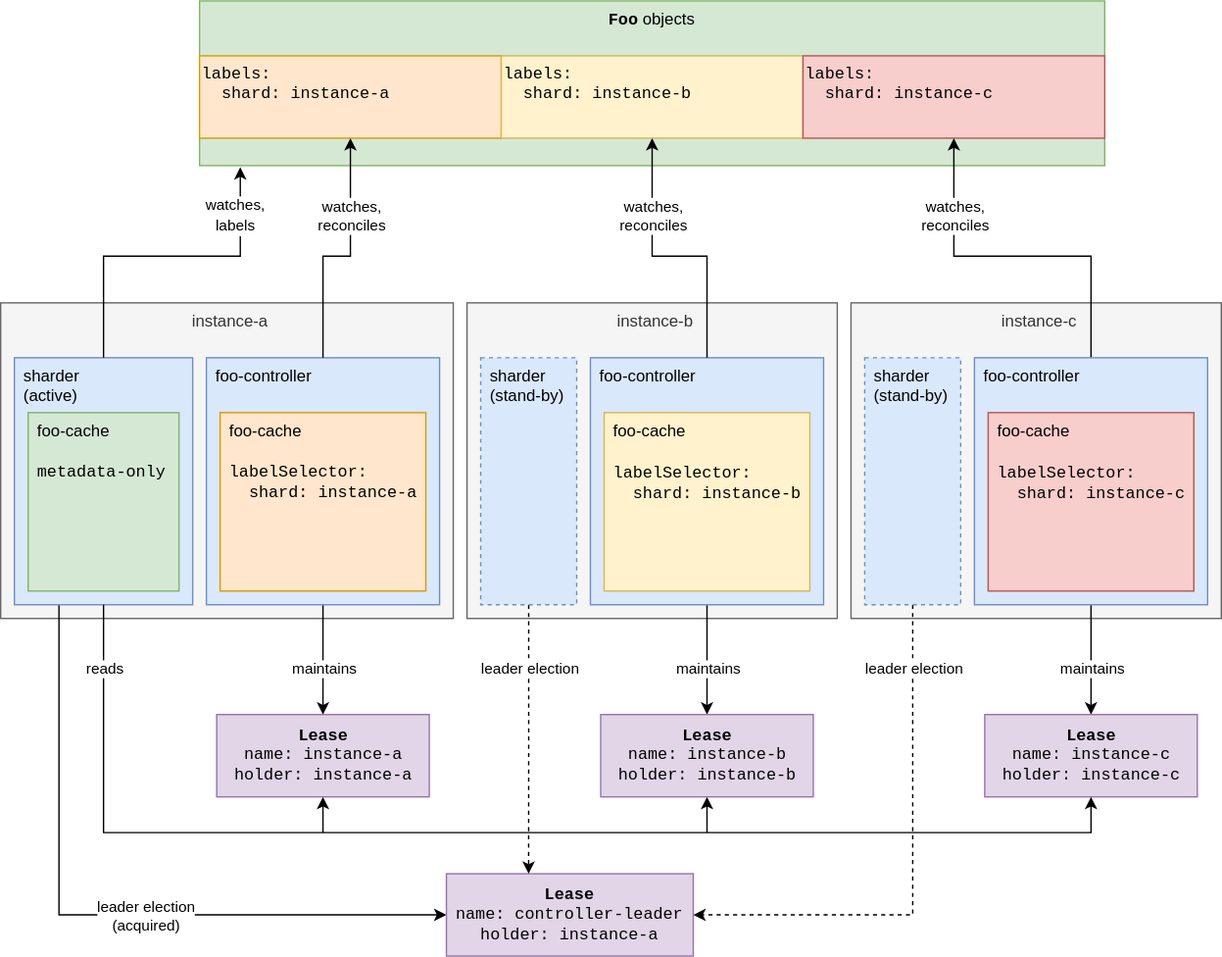
timebertt/kubernetes-controller-sharding keeps this draw.io diagram as assets/architecture.svg. Above is the earlier version. Source tidied: cells renumbered, new cells last; positions are measured from the earlier drawing's top-left corner, leaving out a move shared by most shapes.
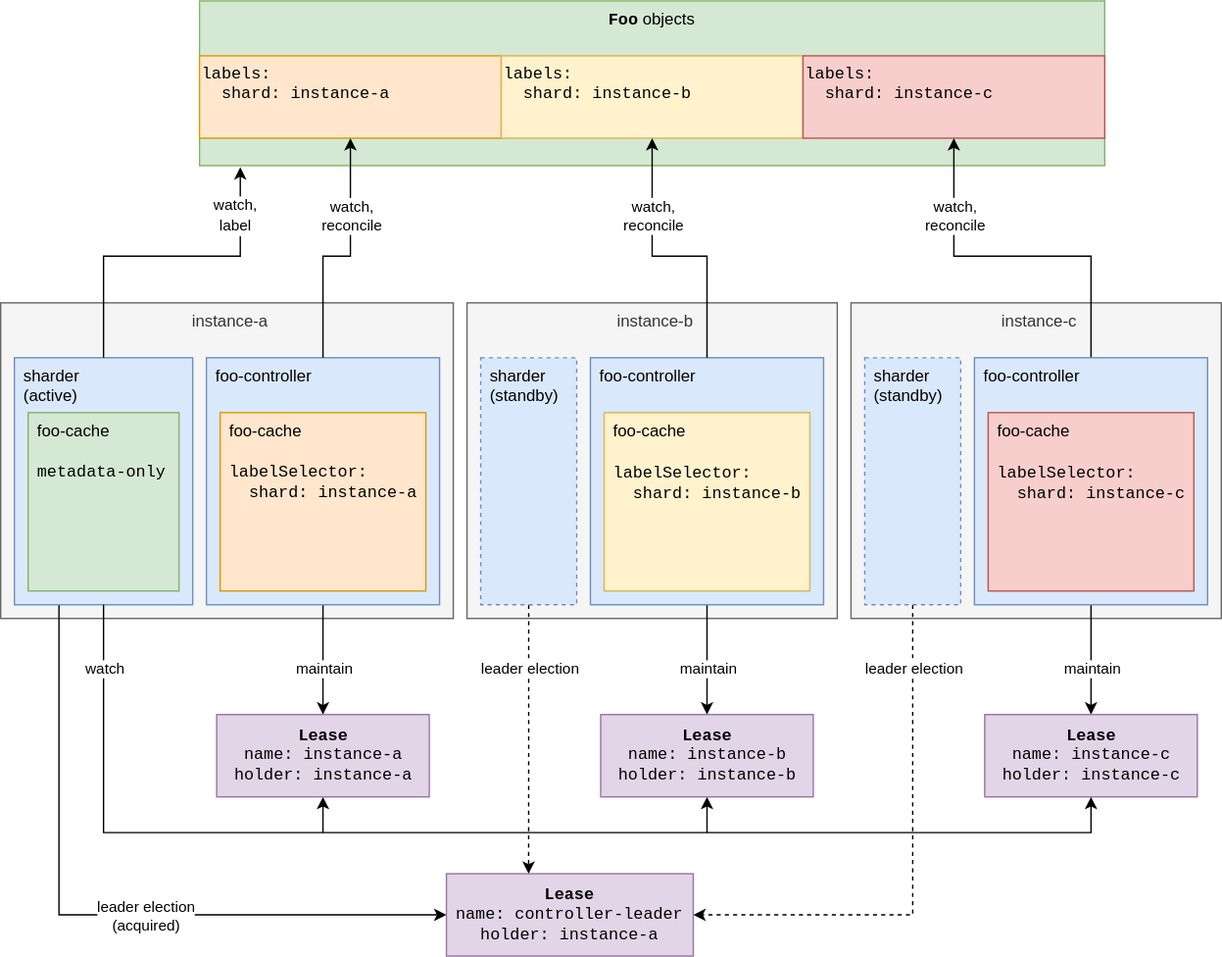
The same diagram one commit later.

Commit message:
Update architecture diagram

What changed in the source:
```diff
@@ -45,7 +45,7 @@
     <mxCell id="9" style="edgeStyle=orthogonalEdgeStyle;rounded=0;jettySize=auto;html=1;exitX=0.5;exitY=1;exitDx=0;exitDy=0;entryX=0.5;entryY=0;entryDx=0;entryDy=0;fontFamily=Courier New;" parent="1" edge="1" source="11" target="18">
       <mxGeometry relative="1" as="geometry" />
     </mxCell>
-    <mxCell id="10" value="maintains" style="edgeLabel;html=1;align=center;verticalAlign=middle;fontFamily=Helvetica;" parent="9" vertex="1">
+    <mxCell id="10" value="maintain" style="edgeLabel;html=1;align=center;verticalAlign=middle;fontFamily=Helvetica;" parent="9" vertex="1">
       <mxGeometry x="-0.1" y="-1" relative="1" as="geometry">
         <mxPoint x="1" y="10" as="offset" />
       </mxGeometry>
@@ -61,7 +61,7 @@
         </Array>
       </mxGeometry>
     </mxCell>
-    <mxCell id="13" value="&lt;font face=&quot;Helvetica&quot;&gt;watches,&lt;br&gt;labels&lt;/font&gt;" style="edgeLabel;html=1;align=center;verticalAlign=middle;fontFamily=Courier New;" parent="12" vertex="1">
+    <mxCell id="13" value="&lt;font face=&quot;Helvetica&quot;&gt;watch,&lt;br&gt;label&lt;/font&gt;" style="edgeLabel;html=1;align=center;verticalAlign=middle;fontFamily=Courier New;" parent="12" vertex="1">
       <mxGeometry x="-0.17" y="2" relative="1" as="geometry">
         <mxPoint x="71" y="-28" as="offset" />
       </mxGeometry>
@@ -98,7 +98,7 @@
         </Array>
       </mxGeometry>
     </mxCell>
-    <mxCell id="23" value="watches,&lt;br&gt;reconciles" style="edgeLabel;html=1;align=center;verticalAlign=middle;fontFamily=Helvetica;" parent="22" vertex="1">
+    <mxCell id="23" value="watch,&lt;br&gt;reconcile" style="edgeLabel;html=1;align=center;verticalAlign=middle;fontFamily=Helvetica;" parent="22" vertex="1">
       <mxGeometry x="0.14" y="1" relative="1" as="geometry">
         <mxPoint x="1" y="-21" as="offset" />
       </mxGeometry>
@@ -109,7 +109,7 @@
     <mxCell id="25" style="edgeStyle=orthogonalEdgeStyle;rounded=0;jettySize=auto;html=1;exitX=0.5;exitY=1;exitDx=0;exitDy=0;entryX=0.333;entryY=0;entryDx=0;entryDy=0;fontFamily=Helvetica;entryPerimeter=0;dashed=1;" parent="1" edge="1" source="26" target="21">
       <mxGeometry relative="1" as="geometry" />
     </mxCell>
-    <mxCell id="26" value="sharder&lt;br&gt;(stand-by)" style="rounded=0;whiteSpace=wrap;html=1;fillColor=#dae8fc;strokeColor=#6c8ebf;align=left;labelPosition=center;verticalLabelPosition=middle;verticalAlign=top;spacingLeft=5;dashed=1;" parent="1" vertex="1">
+    <mxCell id="26" value="sharder&lt;br&gt;(standby)" style="rounded=0;whiteSpace=wrap;html=1;fillColor=#dae8fc;strokeColor=#6c8ebf;align=left;labelPosition=center;verticalLabelPosition=middle;verticalAlign=top;spacingLeft=5;dashed=1;" parent="1" vertex="1">
       <mxGeometry x="350" y="260" width="70" height="180" as="geometry" />
     </mxCell>
     <mxCell id="27" style="edgeStyle=orthogonalEdgeStyle;rounded=0;jettySize=auto;html=1;exitX=0.5;exitY=1;exitDx=0;exitDy=0;fontFamily=Helvetica;" parent="1" edge="1" source="28" target="40">
@@ -126,7 +126,7 @@
         </Array>
       </mxGeometry>
     </mxCell>
-    <mxCell id="30" value="watches,&lt;br&gt;reconciles" style="edgeLabel;html=1;align=center;verticalAlign=middle;fontFamily=Helvetica;" parent="29" vertex="1">
+    <mxCell id="30" value="watch,&lt;br&gt;reconcile" style="edgeLabel;html=1;align=center;verticalAlign=middle;fontFamily=Helvetica;" parent="29" vertex="1">
       <mxGeometry x="0.04" relative="1" as="geometry">
         <mxPoint x="-10" y="-30" as="offset" />
       </mxGeometry>
@@ -140,7 +140,7 @@
     <mxCell id="33" style="edgeStyle=orthogonalEdgeStyle;rounded=0;jettySize=auto;html=1;exitX=0.5;exitY=1;exitDx=0;exitDy=0;entryX=1;entryY=0.5;entryDx=0;entryDy=0;fontFamily=Helvetica;dashed=1;" parent="1" edge="1" source="34" target="21">
       <mxGeometry relative="1" as="geometry" />
     </mxCell>
-    <mxCell id="34" value="sharder&lt;br&gt;(stand-by)" style="rounded=0;whiteSpace=wrap;html=1;fillColor=#dae8fc;strokeColor=#6c8ebf;align=left;labelPosition=center;verticalLabelPosition=middle;verticalAlign=top;spacingLeft=5;dashed=1;" parent="1" vertex="1">
+    <mxCell id="34" value="sharder&lt;br&gt;(standby)" style="rounded=0;whiteSpace=wrap;html=1;fillColor=#dae8fc;strokeColor=#6c8ebf;align=left;labelPosition=center;verticalLabelPosition=middle;verticalAlign=top;spacingLeft=5;dashed=1;" parent="1" vertex="1">
       <mxGeometry x="630" y="260" width="70" height="180" as="geometry" />
     </mxCell>
     <mxCell id="35" style="edgeStyle=orthogonalEdgeStyle;rounded=0;jettySize=auto;html=1;exitX=0.5;exitY=0;exitDx=0;exitDy=0;entryX=0.5;entryY=1;entryDx=0;entryDy=0;fontFamily=Helvetica;" parent="1" edge="1" source="38" target="20">
@@ -151,7 +151,7 @@
         </Array>
       </mxGeometry>
     </mxCell>
-    <mxCell id="36" value="watches,&lt;br&gt;reconciles" style="edgeLabel;html=1;align=center;verticalAlign=middle;fontFamily=Helvetica;" parent="35" vertex="1">
+    <mxCell id="36" value="watch,&lt;br&gt;reconcile" style="edgeLabel;html=1;align=center;verticalAlign=middle;fontFamily=Helvetica;" parent="35" vertex="1">
       <mxGeometry x="0.64" relative="1" as="geometry">
         <mxPoint y="9" as="offset" />
       </mxGeometry>
@@ -177,10 +177,10 @@
     <mxCell id="43" value="leader election" style="edgeLabel;html=1;align=center;verticalAlign=middle;fontFamily=Helvetica;" parent="1" vertex="1">
       <mxGeometry x="665" y="486" as="geometry" />
     </mxCell>
-    <mxCell id="44" value="maintains" style="edgeLabel;html=1;align=center;verticalAlign=middle;fontFamily=Helvetica;" parent="1" vertex="1">
+    <mxCell id="44" value="maintain" style="edgeLabel;html=1;align=center;verticalAlign=middle;fontFamily=Helvetica;" parent="1" vertex="1">
       <mxGeometry x="515" y="486" as="geometry" />
     </mxCell>
-    <mxCell id="45" value="maintains" style="edgeLabel;html=1;align=center;verticalAlign=middle;fontFamily=Helvetica;" parent="1" vertex="1">
+    <mxCell id="45" value="maintain" style="edgeLabel;html=1;align=center;verticalAlign=middle;fontFamily=Helvetica;" parent="1" vertex="1">
       <mxGeometry x="795" y="486" as="geometry" />
     </mxCell>
     <mxCell id="46" style="edgeStyle=orthogonalEdgeStyle;rounded=0;jettySize=auto;html=1;exitX=0.5;exitY=1;exitDx=0;exitDy=0;entryX=0.5;entryY=1;entryDx=0;entryDy=0;fontFamily=Helvetica;" parent="1" edge="1" source="8" target="41">
@@ -191,7 +191,7 @@
         </Array>
       </mxGeometry>
     </mxCell>
-    <mxCell id="47" value="reads" style="edgeLabel;html=1;align=center;verticalAlign=middle;" parent="46" vertex="1">
+    <mxCell id="47" value="watch" style="edgeLabel;html=1;align=center;verticalAlign=middle;" parent="46" vertex="1">
       <mxGeometry x="-0.89" relative="1" as="geometry">
         <mxPoint y="-5" as="offset" />
       </mxGeometry>
```
